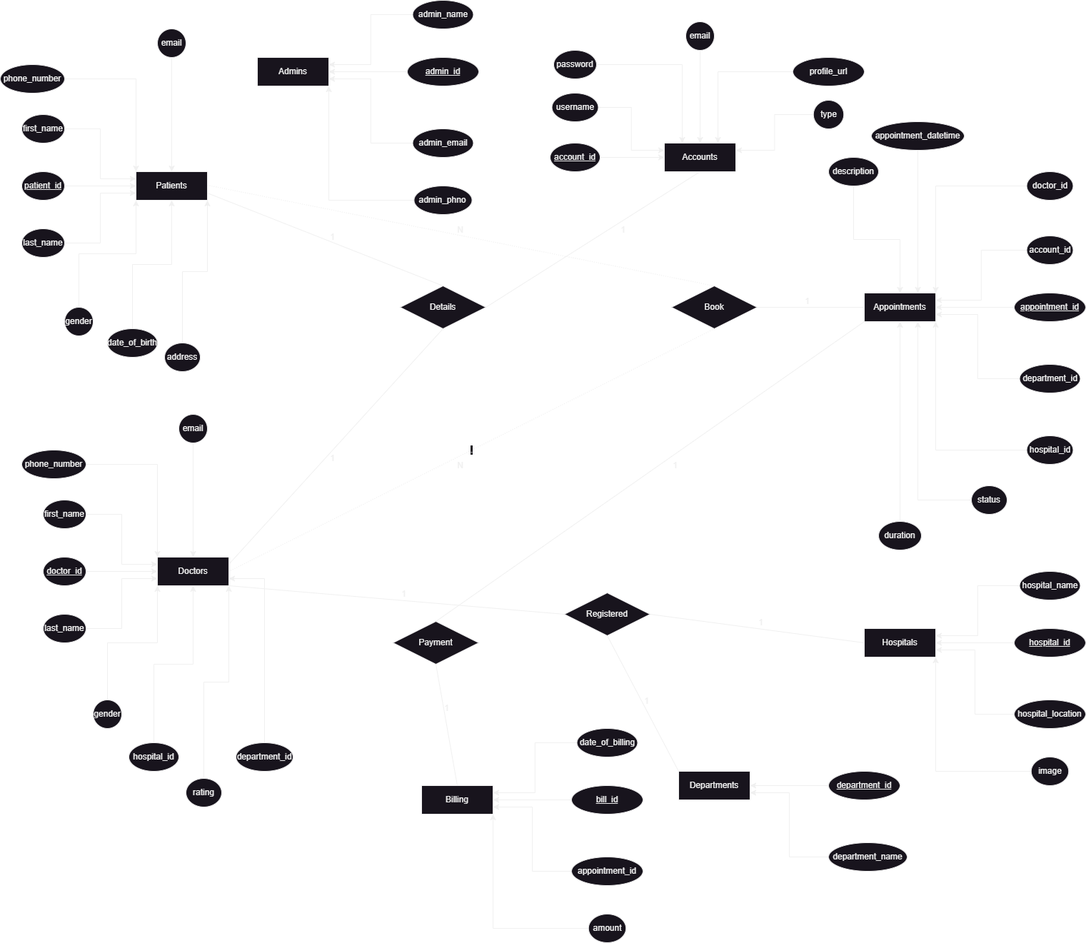
Above: frontend/ER-Diagram.png in ponnanna123/dbms-hospital (draw.io), before the change. Source tidied: cells renumbered, new cells last; positions are measured from the earlier drawing's top-left corner, leaving out a move shared by most shapes.
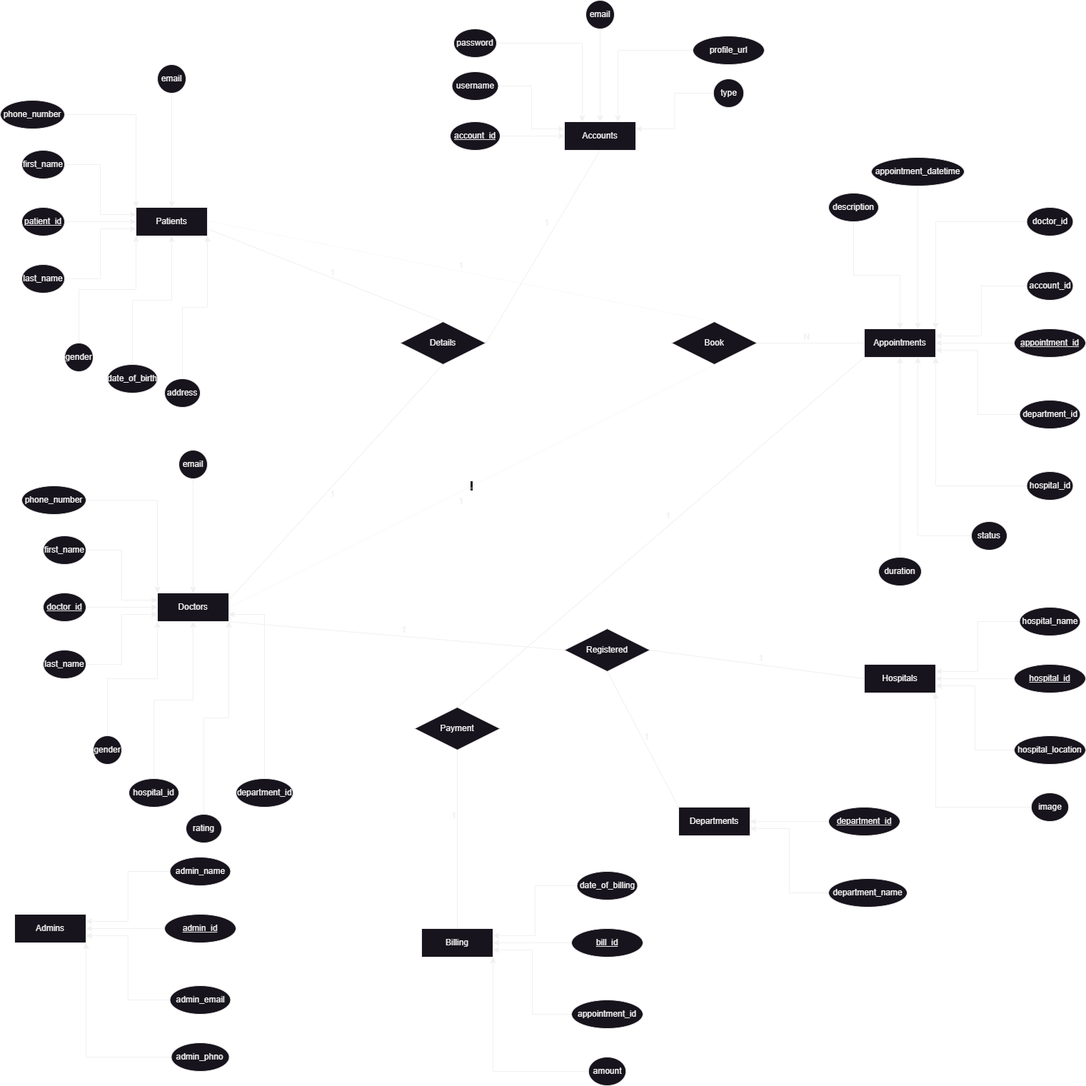
After the change.

The edit, as a diff of the source:
```diff
@@ -3,7 +3,7 @@
     <mxCell id="0" />
     <mxCell id="1" parent="0" />
     <mxCell id="2" value="Accounts" style="whiteSpace=wrap;html=1;align=center;" parent="1" vertex="1">
-      <mxGeometry x="930" y="200" width="100" height="40" as="geometry" />
+      <mxGeometry x="790" y="120" width="100" height="40" as="geometry" />
     </mxCell>
     <mxCell id="3" value="Patients" style="whiteSpace=wrap;html=1;align=center;" parent="1" vertex="1">
       <mxGeometry x="190" y="240" width="100" height="40" as="geometry" />
@@ -117,37 +117,37 @@
       <mxGeometry relative="1" as="geometry" />
     </mxCell>
     <mxCell id="40" value="account_id" style="ellipse;whiteSpace=wrap;html=1;align=center;fontStyle=4;" parent="1" vertex="1">
-      <mxGeometry x="770" y="200" width="70" height="40" as="geometry" />
+      <mxGeometry x="630" y="120" width="70" height="40" as="geometry" />
     </mxCell>
     <mxCell id="41" style="edgeStyle=orthogonalEdgeStyle;rounded=0;jettySize=auto;html=1;exitX=0;exitY=0.5;exitDx=0;exitDy=0;entryX=0.75;entryY=0;entryDx=0;entryDy=0;" parent="1" edge="1" source="42" target="2">
       <mxGeometry relative="1" as="geometry" />
     </mxCell>
     <mxCell id="42" value="profile_url" style="ellipse;whiteSpace=wrap;html=1;align=center;" parent="1" vertex="1">
-      <mxGeometry x="1110" y="80" width="100" height="40" as="geometry" />
+      <mxGeometry x="970" width="100" height="40" as="geometry" />
     </mxCell>
     <mxCell id="43" style="edgeStyle=orthogonalEdgeStyle;rounded=0;jettySize=auto;html=1;exitX=0;exitY=0.5;exitDx=0;exitDy=0;entryX=1;entryY=0.25;entryDx=0;entryDy=0;" parent="1" edge="1" source="44" target="2">
       <mxGeometry relative="1" as="geometry" />
     </mxCell>
     <mxCell id="44" value="type" style="ellipse;whiteSpace=wrap;html=1;align=center;" parent="1" vertex="1">
-      <mxGeometry x="1138.8" y="140" width="42.5" height="40" as="geometry" />
+      <mxGeometry x="998.8" y="60" width="42.5" height="40" as="geometry" />
     </mxCell>
     <mxCell id="45" style="edgeStyle=orthogonalEdgeStyle;rounded=0;jettySize=auto;html=1;exitX=1;exitY=0.5;exitDx=0;exitDy=0;entryX=0;entryY=0.25;entryDx=0;entryDy=0;" parent="1" edge="1" source="46" target="2">
       <mxGeometry relative="1" as="geometry" />
     </mxCell>
     <mxCell id="46" value="username" style="ellipse;whiteSpace=wrap;html=1;align=center;" parent="1" vertex="1">
-      <mxGeometry x="772.5" y="130" width="65" height="40" as="geometry" />
+      <mxGeometry x="632.5" y="50" width="65" height="40" as="geometry" />
     </mxCell>
     <mxCell id="47" style="edgeStyle=orthogonalEdgeStyle;rounded=0;jettySize=auto;html=1;exitX=1;exitY=0.5;exitDx=0;exitDy=0;entryX=0.25;entryY=0;entryDx=0;entryDy=0;" parent="1" edge="1" source="48" target="2">
       <mxGeometry relative="1" as="geometry" />
     </mxCell>
     <mxCell id="48" value="password" style="ellipse;whiteSpace=wrap;html=1;align=center;" parent="1" vertex="1">
-      <mxGeometry x="775" y="70" width="60" height="40" as="geometry" />
+      <mxGeometry x="635" y="-10" width="60" height="40" as="geometry" />
     </mxCell>
     <mxCell id="49" style="edgeStyle=orthogonalEdgeStyle;rounded=0;jettySize=auto;html=1;exitX=0.5;exitY=1;exitDx=0;exitDy=0;entryX=0.5;entryY=0;entryDx=0;entryDy=0;" parent="1" edge="1" source="50" target="2">
       <mxGeometry relative="1" as="geometry" />
     </mxCell>
     <mxCell id="50" value="email" style="ellipse;whiteSpace=wrap;html=1;align=center;" parent="1" vertex="1">
-      <mxGeometry x="960" y="30" width="40" height="40" as="geometry" />
+      <mxGeometry x="820" y="-50" width="40" height="40" as="geometry" />
     </mxCell>
     <mxCell id="51" value="Appointments" style="whiteSpace=wrap;html=1;align=center;" parent="1" vertex="1">
       <mxGeometry x="1210" y="410" width="100" height="40" as="geometry" />
@@ -234,58 +234,58 @@
       <mxGeometry x="1427.5" y="800" width="85" height="40" as="geometry" />
     </mxCell>
     <mxCell id="79" value="Admins" style="whiteSpace=wrap;html=1;align=center;" parent="1" vertex="1">
-      <mxGeometry x="360" y="80" width="100" height="40" as="geometry" />
+      <mxGeometry x="20" y="1230" width="100" height="40" as="geometry" />
     </mxCell>
     <mxCell id="80" style="edgeStyle=orthogonalEdgeStyle;rounded=0;jettySize=auto;html=1;" parent="1" edge="1" source="81" target="79">
       <mxGeometry relative="1" as="geometry" />
     </mxCell>
     <mxCell id="81" value="admin_id" style="ellipse;whiteSpace=wrap;html=1;align=center;fontStyle=4;" parent="1" vertex="1">
-      <mxGeometry x="570" y="80" width="100" height="40" as="geometry" />
+      <mxGeometry x="230" y="1230" width="100" height="40" as="geometry" />
     </mxCell>
     <mxCell id="82" style="edgeStyle=orthogonalEdgeStyle;rounded=0;jettySize=auto;html=1;exitX=0;exitY=0.5;exitDx=0;exitDy=0;entryX=1;entryY=1;entryDx=0;entryDy=0;" parent="1" edge="1" source="83" target="79">
       <mxGeometry relative="1" as="geometry" />
     </mxCell>
     <mxCell id="83" value="admin_phno" style="ellipse;whiteSpace=wrap;html=1;align=center;" parent="1" vertex="1">
-      <mxGeometry x="579.4" y="260" width="81.2" height="40" as="geometry" />
+      <mxGeometry x="239.4" y="1410" width="81.2" height="40" as="geometry" />
     </mxCell>
     <mxCell id="84" style="edgeStyle=orthogonalEdgeStyle;rounded=0;jettySize=auto;html=1;exitX=0;exitY=0.5;exitDx=0;exitDy=0;entryX=1;entryY=0.75;entryDx=0;entryDy=0;" parent="1" edge="1" source="85" target="79">
       <mxGeometry relative="1" as="geometry" />
     </mxCell>
     <mxCell id="85" value="admin_email" style="ellipse;whiteSpace=wrap;html=1;align=center;" parent="1" vertex="1">
-      <mxGeometry x="577.5" y="180" width="85" height="40" as="geometry" />
+      <mxGeometry x="237.5" y="1330" width="85" height="40" as="geometry" />
     </mxCell>
     <mxCell id="86" style="edgeStyle=orthogonalEdgeStyle;rounded=0;jettySize=auto;html=1;exitX=0;exitY=0.5;exitDx=0;exitDy=0;entryX=1;entryY=0.25;entryDx=0;entryDy=0;" parent="1" edge="1" source="87" target="79">
       <mxGeometry relative="1" as="geometry" />
     </mxCell>
     <mxCell id="87" value="admin_name" style="ellipse;whiteSpace=wrap;html=1;align=center;" parent="1" vertex="1">
-      <mxGeometry x="577.5" width="85" height="40" as="geometry" />
+      <mxGeometry x="237.5" y="1150" width="85" height="40" as="geometry" />
     </mxCell>
     <mxCell id="88" value="Billing" style="whiteSpace=wrap;html=1;align=center;" parent="1" vertex="1">
-      <mxGeometry x="590" y="1100" width="100" height="40" as="geometry" />
+      <mxGeometry x="590" y="1250" width="100" height="40" as="geometry" />
     </mxCell>
     <mxCell id="89" style="edgeStyle=orthogonalEdgeStyle;rounded=0;jettySize=auto;html=1;" parent="1" edge="1" source="90" target="88">
       <mxGeometry relative="1" as="geometry" />
     </mxCell>
     <mxCell id="90" value="bill_id" style="ellipse;whiteSpace=wrap;html=1;align=center;fontStyle=4;" parent="1" vertex="1">
-      <mxGeometry x="800" y="1100" width="100" height="40" as="geometry" />
+      <mxGeometry x="800" y="1250" width="100" height="40" as="geometry" />
     </mxCell>
     <mxCell id="91" style="edgeStyle=orthogonalEdgeStyle;rounded=0;jettySize=auto;html=1;exitX=0;exitY=0.5;exitDx=0;exitDy=0;entryX=1;entryY=1;entryDx=0;entryDy=0;" parent="1" edge="1" source="92" target="88">
       <mxGeometry relative="1" as="geometry" />
     </mxCell>
     <mxCell id="92" value="amount" style="ellipse;whiteSpace=wrap;html=1;align=center;" parent="1" vertex="1">
-      <mxGeometry x="823.8" y="1280" width="52.5" height="40" as="geometry" />
+      <mxGeometry x="823.8" y="1430" width="52.5" height="40" as="geometry" />
     </mxCell>
     <mxCell id="93" style="edgeStyle=orthogonalEdgeStyle;rounded=0;jettySize=auto;html=1;exitX=0;exitY=0.5;exitDx=0;exitDy=0;entryX=1;entryY=0.75;entryDx=0;entryDy=0;" parent="1" edge="1" source="94" target="88">
       <mxGeometry relative="1" as="geometry" />
     </mxCell>
     <mxCell id="94" value="appointment_id" style="ellipse;whiteSpace=wrap;html=1;align=center;" parent="1" vertex="1">
-      <mxGeometry x="800" y="1200" width="100" height="40" as="geometry" />
+      <mxGeometry x="800" y="1350" width="100" height="40" as="geometry" />
     </mxCell>
     <mxCell id="95" style="edgeStyle=orthogonalEdgeStyle;rounded=0;jettySize=auto;html=1;exitX=0;exitY=0.5;exitDx=0;exitDy=0;entryX=1;entryY=0.25;entryDx=0;entryDy=0;" parent="1" edge="1" source="96" target="88">
       <mxGeometry relative="1" as="geometry" />
     </mxCell>
     <mxCell id="96" value="date_of_billing" style="ellipse;whiteSpace=wrap;html=1;align=center;" parent="1" vertex="1">
-      <mxGeometry x="807.5" y="1020" width="85" height="40" as="geometry" />
+      <mxGeometry x="807.5" y="1170" width="85" height="40" as="geometry" />
     </mxCell>
     <mxCell id="97" value="Departments" style="whiteSpace=wrap;html=1;align=center;" parent="1" vertex="1">
       <mxGeometry x="950" y="1080" width="100" height="40" as="geometry" />
@@ -310,7 +310,7 @@
         <mxPoint x="290" y="258.9" as="sourcePoint" />
       </mxGeometry>
     </mxCell>
-    <mxCell id="104" value="N" style="html=1;whiteSpace=wrap;align=right;verticalAlign=bottom;" parent="103" vertex="1">
+    <mxCell id="104" value="1" style="html=1;whiteSpace=wrap;align=right;verticalAlign=bottom;" parent="103" vertex="1">
       <mxGeometry x="1" relative="1" as="geometry">
         <mxPoint x="-350" y="-70" as="offset" />
       </mxGeometry>
@@ -318,7 +318,7 @@
     <mxCell id="105" value="." style="endArrow=none;html=1;rounded=0;dashed=1;dashPattern=1 2;exitX=1;exitY=0.5;exitDx=0;exitDy=0;entryX=0.5;entryY=1;entryDx=0;entryDy=0;" parent="1" edge="1" source="20" target="102">
       <mxGeometry relative="1" as="geometry" />
     </mxCell>
-    <mxCell id="106" value="N" style="html=1;whiteSpace=wrap;align=right;verticalAlign=bottom;" parent="105" vertex="1">
+    <mxCell id="106" value="1" style="html=1;whiteSpace=wrap;align=right;verticalAlign=bottom;" parent="105" vertex="1">
       <mxGeometry x="1" relative="1" as="geometry">
         <mxPoint x="-350" y="200" as="offset" />
       </mxGeometry>
@@ -329,7 +329,7 @@
     <mxCell id="108" style="endArrow=none;html=1;rounded=0;entryX=0;entryY=0.5;entryDx=0;entryDy=0;exitX=1;exitY=0.5;exitDx=0;exitDy=0;" parent="1" edge="1" source="102" target="51">
       <mxGeometry relative="1" as="geometry" />
     </mxCell>
-    <mxCell id="109" value="1" style="html=1;whiteSpace=wrap;align=right;verticalAlign=bottom;" parent="108" vertex="1">
+    <mxCell id="109" value="N" style="html=1;whiteSpace=wrap;align=right;verticalAlign=bottom;" parent="108" vertex="1">
       <mxGeometry x="1" relative="1" as="geometry">
         <mxPoint x="-75" as="offset" />
       </mxGeometry>
@@ -355,18 +355,18 @@
     </mxCell>
     <mxCell id="115" value="1" style="html=1;whiteSpace=wrap;align=right;verticalAlign=bottom;" parent="114" vertex="1">
       <mxGeometry x="1" relative="1" as="geometry">
-        <mxPoint x="-103" y="90" as="offset" />
+        <mxPoint x="-70" y="110" as="offset" />
       </mxGeometry>
     </mxCell>
     <mxCell id="116" value="Payment" style="shape=rhombus;perimeter=rhombusPerimeter;whiteSpace=wrap;html=1;align=center;" parent="1" vertex="1">
-      <mxGeometry x="550" y="870" width="120" height="60" as="geometry" />
+      <mxGeometry x="580" y="940" width="120" height="60" as="geometry" />
     </mxCell>
     <mxCell id="117" style="endArrow=none;html=1;rounded=0;exitX=0.5;exitY=1;exitDx=0;exitDy=0;entryX=0.5;entryY=0;entryDx=0;entryDy=0;" parent="1" edge="1" source="116" target="88">
       <mxGeometry relative="1" as="geometry" />
     </mxCell>
     <mxCell id="118" value="1" style="html=1;whiteSpace=wrap;align=right;verticalAlign=bottom;" parent="117" vertex="1">
       <mxGeometry x="1" relative="1" as="geometry">
-        <mxPoint x="-10" y="-100" as="offset" />
+        <mxPoint y="-150" as="offset" />
       </mxGeometry>
     </mxCell>
     <mxCell id="119" style="endArrow=none;html=1;rounded=0;exitX=0.5;exitY=0;exitDx=0;exitDy=0;entryX=0;entryY=1;entryDx=0;entryDy=0;" parent="1" edge="1" source="116" target="51">
@@ -374,7 +374,7 @@
     </mxCell>
     <mxCell id="120" value="1" style="html=1;whiteSpace=wrap;align=right;verticalAlign=bottom;" parent="119" vertex="1">
       <mxGeometry x="1" relative="1" as="geometry">
-        <mxPoint x="-260" y="210" as="offset" />
+        <mxPoint x="-270" y="230" as="offset" />
       </mxGeometry>
     </mxCell>
     <mxCell id="121" value="Registered" style="shape=rhombus;perimeter=rhombusPerimeter;whiteSpace=wrap;html=1;align=center;" parent="1" vertex="1">
```
